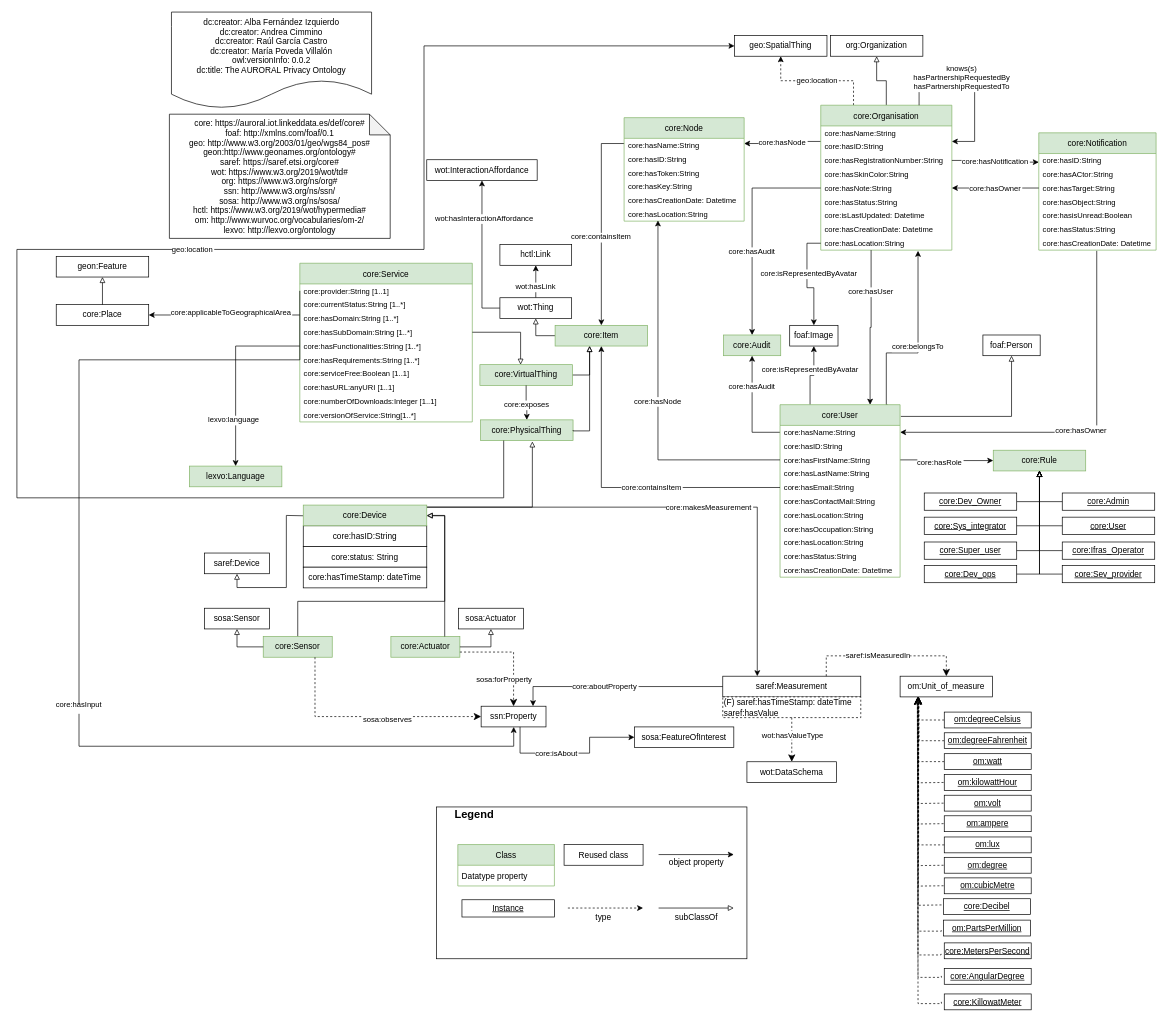
This is page "V2" (1 of 2) of diagrams/core.drawio from oeg-upm/auroral-core-ontology, a draw.io file, before an edit. Source tidied: cells renumbered, new cells numbered last; positions are measured from the earlier drawing's top-left corner, leaving out a move shared by most shapes. Both pictures are drawn from the tidied source at 69%, with x=0, y=0 at pixel (17, 12).
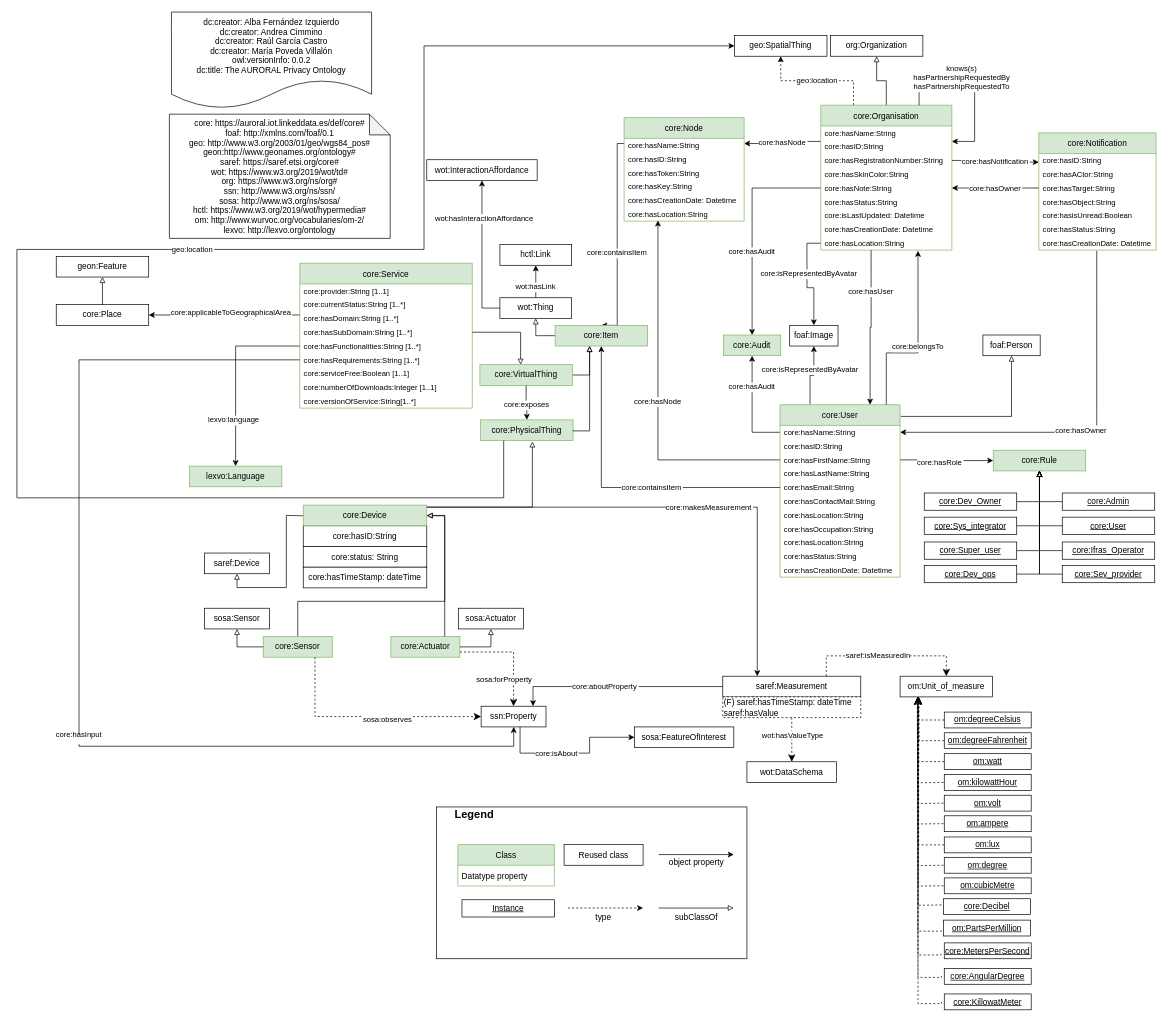
The same diagram, later.

The change refers to these unchanged cells:
```xml
<mxCell id="39" value="core:Node" style="swimlane;fontStyle=0;horizontal=1;startSize=30;fillColor=#d5e8d4;strokeColor=#82b366;" parent="1" vertex="1">
  <mxGeometry x="880" y="153" width="174" height="150" as="geometry" />
</mxCell>
<mxCell id="53" value="core:Item" style="rounded=0;whiteSpace=wrap;html=1;fillColor=#d5e8d4;strokeColor=#82b366;" parent="1" vertex="1">
  <mxGeometry x="780" y="454" width="134" height="30" as="geometry" />
</mxCell>
<mxCell id="114" value="ssn:Property" style="rounded=0;whiteSpace=wrap;html=1;points=[[0.1,0],[0.2,0],[0.3,0],[0.4,0],[0.5,0],[0.6,0],[0.7,0],[0.8,0],[0.9,0],[0,0.1],[0,0.3],[0,0.5],[0,0.7],[0,0.9],[0.1,1],[0.2,1],[0.3,1],[0.4,1],[0.5,1],[0.6,1],[0.7,1],[0.8,1],[0.9,1],[1,0.1],[1,0.3],[1,0.5],[1,0.7],[1,0.9]];" parent="1" vertex="1">
  <mxGeometry x="672.8" y="1006" width="94" height="30" as="geometry" />
</mxCell>
<mxCell id="158" value="core:provider:String [1..1]" style="text;strokeColor=none;fillColor=none;align=left;verticalAlign=middle;spacingLeft=4;spacingRight=4;overflow=hidden;points=[[0,0.5],[1,0.5]];portConstraint=eastwest;fontSize=11;" parent="157" vertex="1">
  <mxGeometry y="30" width="250" height="20" as="geometry" />
</mxCell>
```

What changed in the source:
```diff
@@
     <mxCell id="38" value="core:containsItem" style="edgeStyle=orthogonalEdgeStyle;rounded=0;jettySize=auto;exitX=0;exitY=0.25;exitDx=0;exitDy=0;entryX=0.5;entryY=0;entryDx=0;entryDy=0;fontSize=11;endArrow=classic;endFill=1;" parent="1" edge="1" source="39" target="53">
-      <mxGeometry x="0.13" relative="1" as="geometry" />
+      <mxGeometry x="0.13" relative="1" as="geometry">
+        <Array as="points">
+          <mxPoint x="870" y="191" />
+          <mxPoint x="870" y="454" />
+        </Array>
+      </mxGeometry>
     </mxCell>
@@
     <mxCell id="157" value="core:Service" style="swimlane;fontStyle=0;horizontal=1;startSize=30;fillColor=#d5e8d4;strokeColor=#82b366;" parent="1" vertex="1">
-      <mxGeometry x="410" y="364" width="250" height="230" as="geometry" />
+      <mxGeometry x="410" y="364" width="250" height="210" as="geometry" />
     </mxCell>
@@
-    <mxCell id="165" value="core:hasURL:anyURI [1..1]" style="text;strokeColor=none;fillColor=none;align=left;verticalAlign=middle;spacingLeft=4;spacingRight=4;overflow=hidden;fontSize=11;" parent="157" vertex="1">
-      <mxGeometry y="170" width="250" height="20" as="geometry" />
-    </mxCell>
     <mxCell id="166" value="core:numberOfDownloads:Integer [1..1]" style="text;strokeColor=none;fillColor=none;align=left;verticalAlign=middle;spacingLeft=4;spacingRight=4;overflow=hidden;fontSize=11;" parent="157" vertex="1">
-      <mxGeometry y="190" width="250" height="20" as="geometry" />
+      <mxGeometry y="170" width="250" height="20" as="geometry" />
     </mxCell>
     <mxCell id="167" value="core:versionOfService:String[1..*]" style="text;strokeColor=none;fillColor=none;align=left;verticalAlign=middle;spacingLeft=4;spacingRight=4;overflow=hidden;fontSize=11;" parent="157" vertex="1">
-      <mxGeometry y="210" width="250" height="20" as="geometry" />
+      <mxGeometry y="190" width="250" height="20" as="geometry" />
     </mxCell>
@@
-    <mxCell id="174" value="core:hasInput&#10;" style="edgeStyle=orthogonalEdgeStyle;rounded=0;jettySize=auto;exitX=0;exitY=0.5;exitDx=0;exitDy=0;fontSize=11;endArrow=classic;endFill=1;" parent="1" edge="1" source="158" target="114">
+    <mxCell id="174" value="core:hasInput&#10;" style="edgeStyle=orthogonalEdgeStyle;rounded=0;jettySize=auto;fontSize=11;endArrow=classic;endFill=1;" parent="1" edge="1" source="157" target="114">
       <mxGeometry x="0.13" relative="1" as="geometry">
         <Array as="points">
-          <mxPoint x="410" y="504" />
           <mxPoint x="90" y="504" />
           <mxPoint x="90" y="1064" />
           <mxPoint x="720" y="1064" />
         </Array>
       </mxGeometry>
     </mxCell>
```
